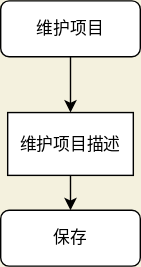
Above: web/src/main/resources/static/draw/processingProject.svg in luck-nine/projectManagement (draw.io), before the change. Source tidied: cells renumbered, new cells last; positions are measured from the earlier drawing's top-left corner, leaving out a move shared by most shapes.
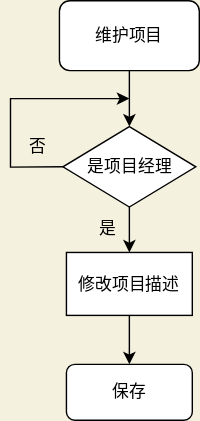
Later version of the same file.

Commit message:
fix: 每个模块都补全程序流程图

The edit, as a diff of the source:
```diff
@@ -2,20 +2,41 @@
   <root>
     <mxCell id="0" />
     <mxCell id="1" parent="0" />
-    <mxCell id="2" style="edgeStyle=orthogonalEdgeStyle;rounded=0;jettySize=auto;html=1;entryX=0.5;entryY=0;entryDx=0;entryDy=0;strokeColor=#000000;fontColor=#000000;" parent="1" edge="1" source="3" target="5">
-      <mxGeometry relative="1" as="geometry" />
-    </mxCell>
+    <mxCell id="7" style="edgeStyle=orthogonalEdgeStyle;rounded=0;jettySize=auto;html=1;exitX=0.5;exitY=1;exitDx=0;exitDy=0;entryX=0.5;entryY=0;entryDx=0;entryDy=0;fontColor=#000000;strokeColor=#000000;" parent="1" edge="1" source="3" target="8">
+      <mxGeometry relative="1" as="geometry" />
+    </mxCell>
     <mxCell id="3" value="&lt;font color=&quot;#000000&quot;&gt;维护项目&lt;/font&gt;" style="rounded=1;whiteSpace=wrap;html=1;strokeColor=#000000;fillColor=#FFFFFF;" parent="1" vertex="1">
-      <mxGeometry width="100" height="40" as="geometry" />
+      <mxGeometry width="100" height="50" as="geometry" />
     </mxCell>
     <mxCell id="4" style="edgeStyle=orthogonalEdgeStyle;rounded=0;jettySize=auto;html=1;strokeColor=#000000;fontColor=#000000;entryX=0.5;entryY=0;entryDx=0;entryDy=0;" parent="1" edge="1" source="5" target="6">
       <mxGeometry relative="1" as="geometry" />
     </mxCell>
-    <mxCell id="5" value="维护项目描述" style="rounded=0;whiteSpace=wrap;html=1;strokeColor=#000000;fontColor=#000000;fillColor=#FFFFFF;" parent="1" vertex="1">
-      <mxGeometry x="5" y="80" width="90" height="45" as="geometry" />
+    <mxCell id="5" value="修改项目描述" style="rounded=0;whiteSpace=wrap;html=1;strokeColor=#000000;fontColor=#000000;fillColor=#FFFFFF;" parent="1" vertex="1">
+      <mxGeometry x="5" y="180" width="90" height="45" as="geometry" />
     </mxCell>
     <mxCell id="6" value="&lt;font color=&quot;#000000&quot;&gt;保存&lt;/font&gt;" style="rounded=1;whiteSpace=wrap;html=1;strokeColor=#000000;fillColor=#FFFFFF;" parent="1" vertex="1">
-      <mxGeometry y="150" width="100" height="40" as="geometry" />
+      <mxGeometry x="5" y="260" width="90" height="40" as="geometry" />
     </mxCell>
+    <mxCell id="8" value="&lt;font color=&quot;#000000&quot;&gt;是项目经理&lt;/font&gt;" style="rhombus;whiteSpace=wrap;html=1;fillColor=#FFFFFF;strokeColor=#000000;" parent="1" vertex="1">
+      <mxGeometry x="2.5" y="90" width="95" height="57.5" as="geometry" />
+    </mxCell>
+    <mxCell id="9" style="endArrow=classic;html=1;rounded=0;strokeColor=#000000;fontColor=#000000;exitX=0.5;exitY=1;exitDx=0;exitDy=0;entryX=0.5;entryY=0;entryDx=0;entryDy=0;" parent="1" edge="1" source="8" target="5">
+      <mxGeometry relative="1" as="geometry" />
+    </mxCell>
+    <mxCell id="10" style="endArrow=classic;html=1;rounded=0;strokeColor=#000000;fontColor=#000000;exitX=0;exitY=0.5;exitDx=0;exitDy=0;" parent="1" edge="1" source="8">
+      <mxGeometry relative="1" as="geometry">
+        <mxPoint x="50" y="70" as="targetPoint" />
+        <Array as="points">
+          <mxPoint x="-35" y="119" />
+          <mxPoint x="-35" y="70" />
+        </Array>
+      </mxGeometry>
+    </mxCell>
+    <mxCell id="11" value="是" style="text;html=1;strokeColor=none;fillColor=none;align=center;verticalAlign=middle;whiteSpace=wrap;rounded=0;fontColor=#000000;" parent="1" vertex="1">
+      <mxGeometry x="15" y="147.5" width="40" height="30" as="geometry" />
+    </mxCell>
+    <mxCell id="12" value="否" style="text;html=1;strokeColor=none;fillColor=none;align=center;verticalAlign=middle;whiteSpace=wrap;rounded=0;fontColor=#000000;" parent="1" vertex="1">
+      <mxGeometry x="-35" y="90" width="40" height="30" as="geometry" />
+    </mxCell>
   </root>
 </mxGraphModel>
```
